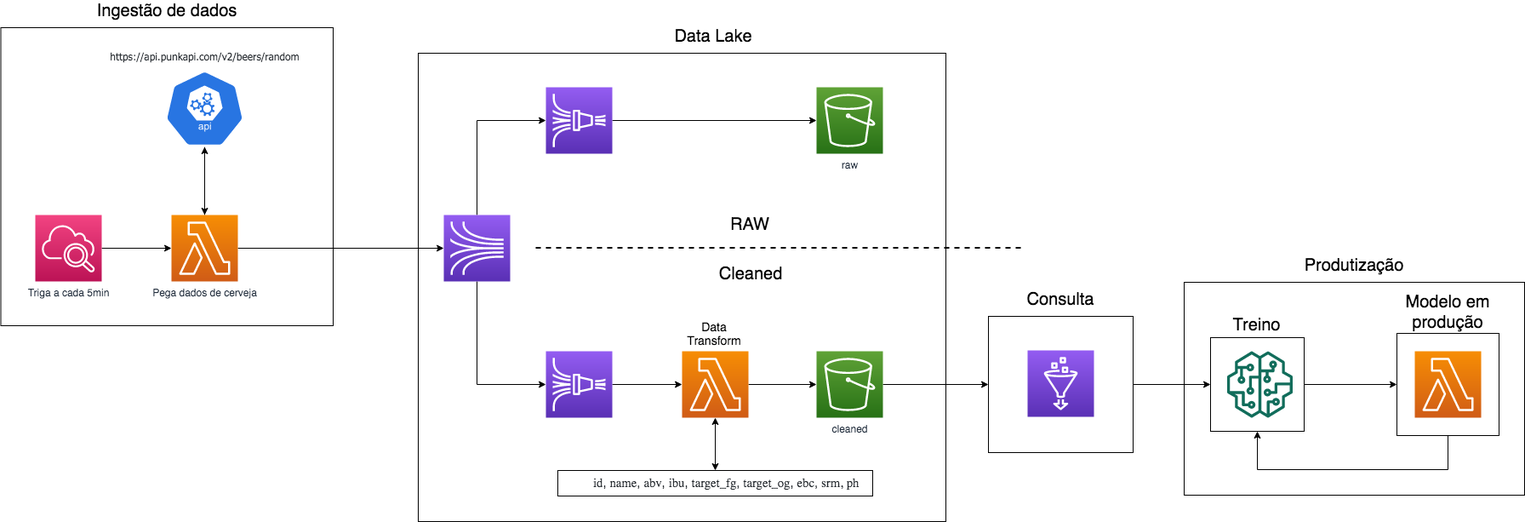
Before: figuras/Diagrama.png, a diagram exported from draw.io (gabrielclimb/ml_eng_picpay). Source tidied: cells renumbered, new cells last; positions are measured from the earlier drawing's top-left corner, leaving out a move shared by most shapes.
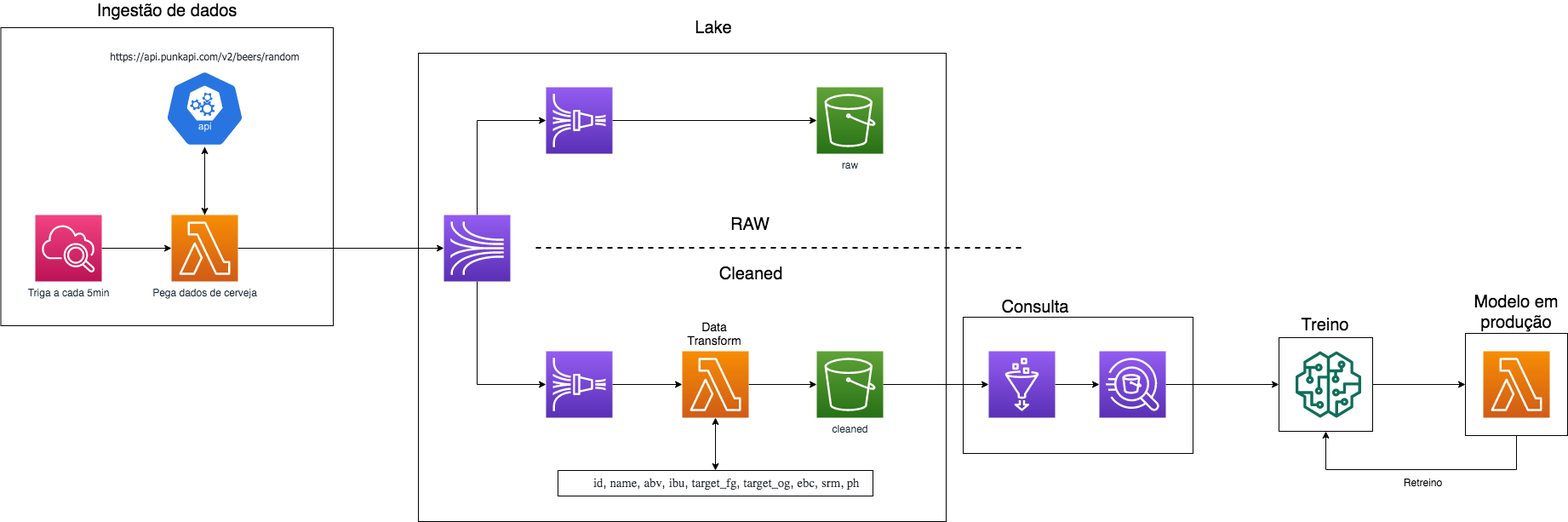
The same file after the commit.

The edit, as a diff of the source:
```diff
@@ -2,9 +2,9 @@
   <root>
     <mxCell id="0" />
     <mxCell id="1" parent="0" />
-    <mxCell id="2" style="edgeStyle=orthogonalEdgeStyle;rounded=0;jettySize=auto;html=1;entryX=0;entryY=0.5;entryDx=0;entryDy=0;" parent="1" edge="1" source="50" target="37">
-      <mxGeometry relative="1" as="geometry" />
-    </mxCell>
+    <mxCell id="50" style="rounded=0;whiteSpace=wrap;html=1;fontFamily=Tahoma;fontSize=12;strokeColor=#000000;fillColor=none;align=right;" parent="1" vertex="1">
+      <mxGeometry x="1130" y="370" width="270" height="160" as="geometry" />
+    </mxCell>
     <mxCell id="3" style="rounded=0;whiteSpace=wrap;html=1;fontFamily=Tahoma;fontSize=12;strokeColor=#000000;fillColor=none;align=right;" parent="1" vertex="1">
       <mxGeometry x="490" y="60" width="620" height="550" as="geometry" />
     </mxCell>
@@ -55,9 +55,9 @@
     <mxCell id="16" value="raw" style="points=[[0,0,0],[0.25,0,0],[0.5,0,0],[0.75,0,0],[1,0,0],[0,1,0],[0.25,1,0],[0.5,1,0],[0.75,1,0],[1,1,0],[0,0.25,0],[0,0.5,0],[0,0.75,0],[1,0.25,0],[1,0.5,0],[1,0.75,0]];outlineConnect=0;fontColor=#232F3E;gradientColor=#60A337;gradientDirection=north;fillColor=#277116;strokeColor=#ffffff;dashed=0;verticalLabelPosition=bottom;verticalAlign=top;align=center;html=1;fontSize=12;fontStyle=0;shape=mxgraph.aws4.resourceIcon;resIcon=mxgraph.aws4.s3;" parent="1" vertex="1">
       <mxGeometry x="958" y="100" width="78" height="78" as="geometry" />
     </mxCell>
-    <mxCell id="17" style="edgeStyle=orthogonalEdgeStyle;rounded=0;jettySize=auto;html=1;entryX=0;entryY=0.5;entryDx=0;entryDy=0;" parent="1" edge="1" source="18" target="50">
-      <mxGeometry relative="1" as="geometry" />
-    </mxCell>
+    <mxCell id="53" style="edgeStyle=orthogonalEdgeStyle;rounded=0;jettySize=auto;html=1;" parent="1" edge="1" source="18" target="51">
+      <mxGeometry relative="1" as="geometry" />
+    </mxCell>
     <mxCell id="18" value="cleaned" style="points=[[0,0,0],[0.25,0,0],[0.5,0,0],[0.75,0,0],[1,0,0],[0,1,0],[0.25,1,0],[0.5,1,0],[0.75,1,0],[1,1,0],[0,0.25,0],[0,0.5,0],[0,0.75,0],[1,0.25,0],[1,0.5,0],[1,0.75,0]];outlineConnect=0;fontColor=#232F3E;gradientColor=#60A337;gradientDirection=north;fillColor=#277116;strokeColor=#ffffff;dashed=0;verticalLabelPosition=bottom;verticalAlign=top;align=center;html=1;fontSize=12;fontStyle=0;shape=mxgraph.aws4.resourceIcon;resIcon=mxgraph.aws4.s3;" parent="1" vertex="1">
       <mxGeometry x="958" y="410" width="78" height="78" as="geometry" />
     </mxCell>
@@ -70,6 +70,12 @@
     <mxCell id="21" style="points=[[0,0,0],[0.25,0,0],[0.5,0,0],[0.75,0,0],[1,0,0],[0,1,0],[0.25,1,0],[0.5,1,0],[0.75,1,0],[1,1,0],[0,0.25,0],[0,0.5,0],[0,0.75,0],[1,0.25,0],[1,0.5,0],[1,0.75,0]];outlineConnect=0;fontColor=#232F3E;gradientColor=#F78E04;gradientDirection=north;fillColor=#D05C17;strokeColor=#ffffff;dashed=0;verticalLabelPosition=bottom;verticalAlign=top;align=center;html=1;fontSize=12;fontStyle=0;shape=mxgraph.aws4.resourceIcon;resIcon=mxgraph.aws4.lambda;" parent="1" vertex="1">
       <mxGeometry x="800" y="410" width="78" height="78" as="geometry" />
     </mxCell>
+    <mxCell id="54" style="edgeStyle=orthogonalEdgeStyle;rounded=0;jettySize=auto;html=1;entryX=0;entryY=0.5;entryDx=0;entryDy=0;entryPerimeter=0;" parent="1" edge="1" source="51" target="56">
+      <mxGeometry relative="1" as="geometry" />
+    </mxCell>
+    <mxCell id="51" style="points=[[0,0,0],[0.25,0,0],[0.5,0,0],[0.75,0,0],[1,0,0],[0,1,0],[0.25,1,0],[0.5,1,0],[0.75,1,0],[1,1,0],[0,0.25,0],[0,0.5,0],[0,0.75,0],[1,0.25,0],[1,0.5,0],[1,0.75,0]];outlineConnect=0;fontColor=#232F3E;gradientColor=#945DF2;gradientDirection=north;fillColor=#5A30B5;strokeColor=#ffffff;dashed=0;verticalLabelPosition=bottom;verticalAlign=top;align=center;html=1;fontSize=12;fontStyle=0;shape=mxgraph.aws4.resourceIcon;resIcon=mxgraph.aws4.glue;" parent="1" vertex="1">
+      <mxGeometry x="1160" y="410" width="78" height="78" as="geometry" />
+    </mxCell>
     <mxCell id="22" style="endArrow=none;dashed=1;html=1;strokeWidth=2;" parent="1" edge="1">
       <mxGeometry relative="1" as="geometry">
         <mxPoint x="628" y="288.5" as="sourcePoint" />
@@ -100,8 +106,8 @@
     <mxCell id="30" value="&lt;ul style=&quot;list-style-type: none&quot;&gt;&lt;li&gt;&lt;p&gt;&lt;span style=&quot;font-size: 11pt ; font-family: &amp;#34;couriernew&amp;#34; ; color: rgb(36 , 41 , 46)&quot;&gt;id&lt;/span&gt;&lt;span style=&quot;font-size: 11pt ; font-family: &amp;#34;arialmt&amp;#34; ; color: rgb(36 , 41 , 46)&quot;&gt;,&amp;nbsp;&lt;/span&gt;&lt;span style=&quot;font-size: 11pt ; font-family: &amp;#34;couriernew&amp;#34; ; color: rgb(36 , 41 , 46)&quot;&gt;name&lt;/span&gt;&lt;span style=&quot;font-size: 11pt ; font-family: &amp;#34;arialmt&amp;#34; ; color: rgb(36 , 41 , 46)&quot;&gt;,&amp;nbsp;&lt;/span&gt;&lt;span style=&quot;font-size: 11pt ; font-family: &amp;#34;couriernew&amp;#34; ; color: rgb(36 , 41 , 46)&quot;&gt;abv&lt;/span&gt;&lt;span style=&quot;font-size: 11pt ; font-family: &amp;#34;arialmt&amp;#34; ; color: rgb(36 , 41 , 46)&quot;&gt;,&amp;nbsp;&lt;/span&gt;&lt;span style=&quot;font-size: 11pt ; font-family: &amp;#34;couriernew&amp;#34; ; color: rgb(36 , 41 , 46)&quot;&gt;ibu&lt;/span&gt;&lt;span style=&quot;font-size: 11pt ; font-family: &amp;#34;arialmt&amp;#34; ; color: rgb(36 , 41 , 46)&quot;&gt;,&amp;nbsp;&lt;/span&gt;&lt;span style=&quot;font-size: 11pt ; font-family: &amp;#34;couriernew&amp;#34; ; color: rgb(36 , 41 , 46)&quot;&gt;target_fg&lt;/span&gt;&lt;span style=&quot;font-size: 11pt ; font-family: &amp;#34;arialmt&amp;#34; ; color: rgb(36 , 41 , 46)&quot;&gt;,&amp;nbsp;&lt;/span&gt;&lt;span style=&quot;font-size: 11pt ; font-family: &amp;#34;couriernew&amp;#34; ; color: rgb(36 , 41 , 46)&quot;&gt;target_og&lt;/span&gt;&lt;span style=&quot;font-size: 11pt ; font-family: &amp;#34;arialmt&amp;#34; ; color: rgb(36 , 41 , 46)&quot;&gt;,&amp;nbsp;&lt;/span&gt;&lt;span style=&quot;font-size: 11pt ; font-family: &amp;#34;couriernew&amp;#34; ; color: rgb(36 , 41 , 46)&quot;&gt;ebc&lt;/span&gt;&lt;span style=&quot;font-size: 11pt ; font-family: &amp;#34;arialmt&amp;#34; ; color: rgb(36 , 41 , 46)&quot;&gt;,&amp;nbsp;&lt;/span&gt;&lt;span style=&quot;font-size: 11pt ; font-family: &amp;#34;couriernew&amp;#34; ; color: rgb(36 , 41 , 46)&quot;&gt;srm,&lt;/span&gt;&lt;span style=&quot;font-size: 11pt ; font-family: &amp;#34;arialmt&amp;#34; ; color: rgb(36 , 41 , 46)&quot;&gt;&amp;nbsp;&lt;/span&gt;&lt;span style=&quot;font-size: 11pt ; font-family: &amp;#34;couriernew&amp;#34; ; color: rgb(36 , 41 , 46)&quot;&gt;ph&lt;/span&gt;&lt;/p&gt;&lt;/li&gt;&lt;/ul&gt;" style="rounded=0;whiteSpace=wrap;html=1;fontFamily=Tahoma;fontSize=12;strokeColor=#000000;fillColor=none;align=left;" parent="1" vertex="1">
       <mxGeometry x="654" y="550" width="370" height="30" as="geometry" />
     </mxCell>
-    <mxCell id="31" value="Data Lake" style="text;html=1;strokeColor=none;fillColor=none;align=center;verticalAlign=middle;whiteSpace=wrap;rounded=0;fontSize=20;" parent="1" vertex="1">
-      <mxGeometry x="776.5" y="30" width="120" height="20" as="geometry" />
+    <mxCell id="31" value="Lake" style="text;html=1;strokeColor=none;fillColor=none;align=center;verticalAlign=middle;whiteSpace=wrap;rounded=0;fontSize=20;" parent="1" vertex="1">
+      <mxGeometry x="816.5" y="20" width="40" height="20" as="geometry" />
     </mxCell>
     <mxCell id="32" style="rounded=0;whiteSpace=wrap;html=1;fontFamily=Tahoma;fontSize=12;strokeColor=#000000;fillColor=none;align=right;" parent="1" vertex="1">
       <mxGeometry x="-0.5" y="30" width="390.5" height="350" as="geometry" />
@@ -109,11 +115,11 @@
     <mxCell id="33" value="Ingestão de dados" style="text;html=1;strokeColor=none;fillColor=none;align=center;verticalAlign=middle;whiteSpace=wrap;rounded=0;fontSize=20;" parent="1" vertex="1">
       <mxGeometry x="94.8" width="200" height="20" as="geometry" />
     </mxCell>
-    <mxCell id="34" style="group;" parent="1" vertex="1">
-      <mxGeometry x="1390" y="299" width="400" height="280" as="geometry" />
-    </mxCell>
+    <mxCell id="52" value="Consulta" style="text;html=1;strokeColor=none;fillColor=none;align=center;verticalAlign=middle;whiteSpace=wrap;rounded=0;fontSize=20;" parent="1" vertex="1">
+      <mxGeometry x="1160" y="348" width="110" height="20" as="geometry" />
+    </mxCell>
-    <mxCell id="35" style="group;" parent="34" vertex="1">
-      <mxGeometry x="30" y="70" width="111" height="135" as="geometry" />
+    <mxCell id="35" style="group;" parent="1" vertex="1">
+      <mxGeometry x="1500" y="369" width="111" height="135" as="geometry" />
     </mxCell>
     <mxCell id="36" style="group;" parent="35" vertex="1">
       <mxGeometry width="111" height="135" as="geometry" />
@@ -127,11 +133,11 @@
     <mxCell id="39" style="fontColor=#232F3E;gradientColor=none;fillColor=#116D5B;strokeColor=none;dashed=0;verticalLabelPosition=bottom;verticalAlign=top;align=center;html=1;fontSize=12;fontStyle=0;shape=mxgraph.aws4.sagemaker_model;" parent="35" vertex="1">
       <mxGeometry x="20" y="41" width="78" height="78" as="geometry" />
     </mxCell>
-    <mxCell id="40" style="edgeStyle=orthogonalEdgeStyle;rounded=0;jettySize=auto;html=1;entryX=0;entryY=0.5;entryDx=0;entryDy=0;" parent="34" edge="1" source="37" target="42">
+    <mxCell id="40" style="edgeStyle=orthogonalEdgeStyle;rounded=0;jettySize=auto;html=1;entryX=0;entryY=0.5;entryDx=0;entryDy=0;" parent="1" edge="1" source="37" target="42">
       <mxGeometry relative="1" as="geometry" />
     </mxCell>
-    <mxCell id="41" style="group;" parent="34" vertex="1">
-      <mxGeometry x="250" y="40" width="120" height="170" as="geometry" />
+    <mxCell id="41" style="group;" parent="1" vertex="1">
+      <mxGeometry x="1720" y="339" width="120" height="170" as="geometry" />
     </mxCell>
     <mxCell id="42" style="whiteSpace=wrap;html=1;fillColor=none;" parent="41" vertex="1">
       <mxGeometry y="50" width="120" height="120" as="geometry" />
@@ -145,31 +151,22 @@
     <mxCell id="45" style="edgeStyle=orthogonalEdgeStyle;rounded=0;orthogonalLoop=1;jettySize=auto;html=1;exitX=0.5;exitY=1;exitDx=0;exitDy=0;exitPerimeter=0;" parent="41" edge="1" source="43" target="43">
       <mxGeometry relative="1" as="geometry" />
     </mxCell>
-    <mxCell id="46" style="edgeStyle=orthogonalEdgeStyle;rounded=0;jettySize=auto;html=1;entryX=0.5;entryY=1;entryDx=0;entryDy=0;" parent="34" edge="1" source="42" target="37">
+    <mxCell id="46" style="edgeStyle=orthogonalEdgeStyle;rounded=0;jettySize=auto;html=1;entryX=0.5;entryY=1;entryDx=0;entryDy=0;" parent="1" edge="1" source="42" target="37">
       <mxGeometry relative="1" as="geometry">
         <Array as="points">
-          <mxPoint x="310" y="250" />
-          <mxPoint x="86" y="250" />
+          <mxPoint x="1780" y="549" />
+          <mxPoint x="1556" y="549" />
         </Array>
       </mxGeometry>
     </mxCell>
-    <mxCell id="47" style="rounded=0;whiteSpace=wrap;html=1;fillColor=none;" parent="34" vertex="1">
-      <mxGeometry y="30" width="400" height="250" as="geometry" />
-    </mxCell>
-    <mxCell id="48" value="Produtização" style="text;html=1;strokeColor=none;fillColor=none;align=center;verticalAlign=middle;whiteSpace=wrap;rounded=0;fontSize=20;" parent="34" vertex="1">
-      <mxGeometry x="140" width="120" height="20" as="geometry" />
-    </mxCell>
-    <mxCell id="49" style="group;" parent="1" vertex="1">
-      <mxGeometry x="1160" y="339" width="170" height="190" as="geometry" />
-    </mxCell>
-    <mxCell id="50" style="rounded=0;whiteSpace=wrap;html=1;fontFamily=Tahoma;fontSize=12;strokeColor=#000000;fillColor=none;align=right;" parent="49" vertex="1">
-      <mxGeometry y="30" width="170" height="160" as="geometry" />
-    </mxCell>
-    <mxCell id="51" style="points=[[0,0,0],[0.25,0,0],[0.5,0,0],[0.75,0,0],[1,0,0],[0,1,0],[0.25,1,0],[0.5,1,0],[0.75,1,0],[1,1,0],[0,0.25,0],[0,0.5,0],[0,0.75,0],[1,0.25,0],[1,0.5,0],[1,0.75,0]];outlineConnect=0;fontColor=#232F3E;gradientColor=#945DF2;gradientDirection=north;fillColor=#5A30B5;strokeColor=#ffffff;dashed=0;verticalLabelPosition=bottom;verticalAlign=top;align=center;html=1;fontSize=12;fontStyle=0;shape=mxgraph.aws4.resourceIcon;resIcon=mxgraph.aws4.glue;" parent="49" vertex="1">
-      <mxGeometry x="46" y="70" width="78" height="78" as="geometry" />
-    </mxCell>
-    <mxCell id="52" value="Consulta" style="text;html=1;strokeColor=none;fillColor=none;align=center;verticalAlign=middle;whiteSpace=wrap;rounded=0;fontSize=20;" parent="49" vertex="1">
-      <mxGeometry x="30" width="110" height="20" as="geometry" />
-    </mxCell>
+    <mxCell id="55" style="edgeStyle=orthogonalEdgeStyle;rounded=0;jettySize=auto;html=1;entryX=0;entryY=0.5;entryDx=0;entryDy=0;" parent="1" edge="1" source="56" target="37">
+      <mxGeometry relative="1" as="geometry" />
+    </mxCell>
+    <mxCell id="56" style="points=[[0,0,0],[0.25,0,0],[0.5,0,0],[0.75,0,0],[1,0,0],[0,1,0],[0.25,1,0],[0.5,1,0],[0.75,1,0],[1,1,0],[0,0.25,0],[0,0.5,0],[0,0.75,0],[1,0.25,0],[1,0.5,0],[1,0.75,0]];outlineConnect=0;fontColor=#232F3E;gradientColor=#945DF2;gradientDirection=north;fillColor=#5A30B5;strokeColor=#ffffff;dashed=0;verticalLabelPosition=bottom;verticalAlign=top;align=center;html=1;fontSize=12;fontStyle=0;shape=mxgraph.aws4.resourceIcon;resIcon=mxgraph.aws4.athena;" parent="1" vertex="1">
+      <mxGeometry x="1290" y="410" width="78" height="78" as="geometry" />
+    </mxCell>
+    <mxCell id="57" value="Retreino" style="text;html=1;align=center;verticalAlign=middle;strokeColor=none;" parent="1" vertex="1">
+      <mxGeometry x="1640" y="554" width="60" height="20" as="geometry" />
+    </mxCell>
   </root>
 </mxGraphModel>
```
